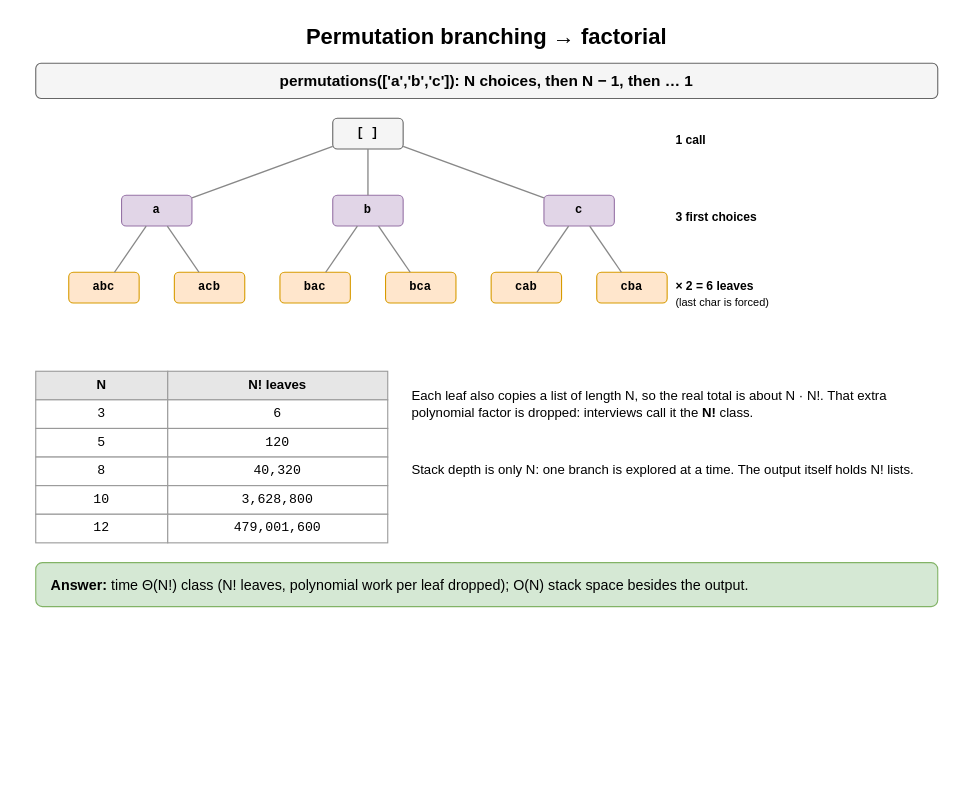
Before: page "Permutation branching" (14 of 16) of content/07_Data_Structures_and_Algorithms/01_Algorithmic_Complexity/diagrams/algorithmic-complexity-drills.drawio in amendez13/swe-study-guide, a draw.io diagram. Source tidied: cells renumbered, new cells numbered last; positions are measured from the earlier drawing's top-left corner, leaving out a move shared by most shapes. Both pictures are drawn from the tidied source at 110%, with x=0, y=0 at pixel (35, 19).
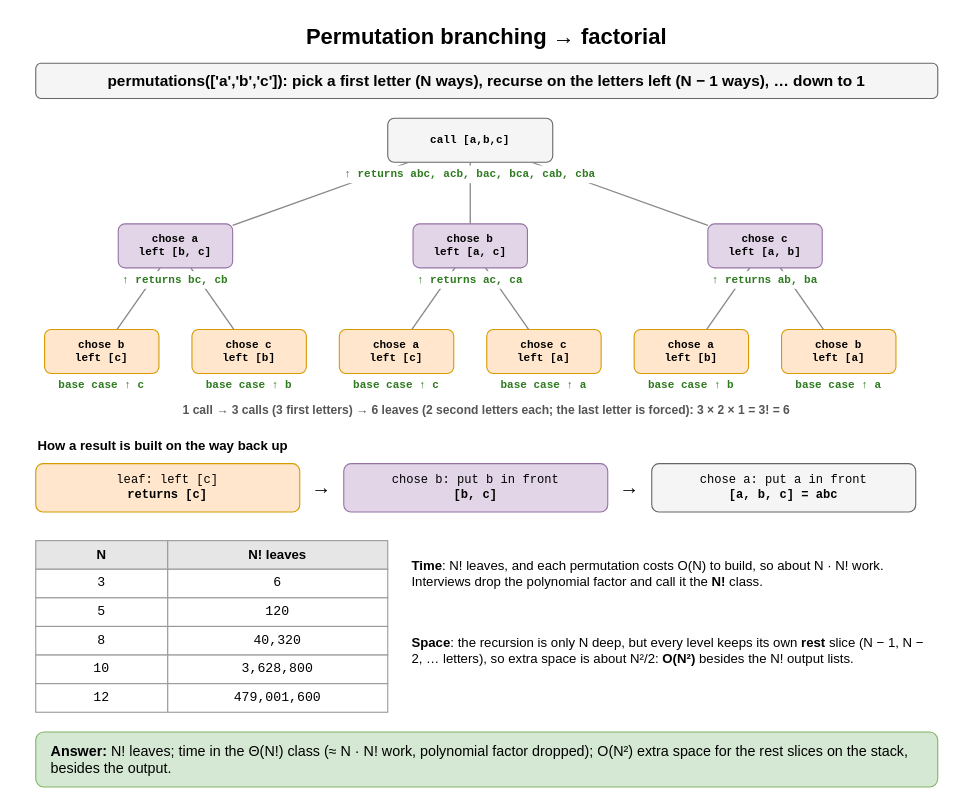
The same page after the edit.

Commit message (it also covers changes not shown here):
docs(dsa): clarify the permutation branching drill and its diagram

Rewrite the prompt in plain terms, label each call with the letter chosen and
the letters left, show what each call returns, and correct the space bound to
O(N^2) for the rest slices kept on the stack.

Change to the diagram source:
```diff
@@
-    <mxCell id="3" value="permutations(['a','b','c']): N choices, then N − 1, then … 1" style="rounded=1;whiteSpace=wrap;html=1;fillColor=#f5f5f5;strokeColor=#666666;fontStyle=1;fontSize=14;" parent="1" vertex="1">
+    <mxCell id="3" value="permutations(['a','b','c']): pick a first letter (N ways), recurse on the letters left (N − 1 ways), … down to 1" style="rounded=1;whiteSpace=wrap;html=1;fillColor=#f5f5f5;strokeColor=#666666;fontStyle=1;fontSize=14;" parent="1" vertex="1">
       <mxGeometry y="40" width="820" height="32" as="geometry" />
     </mxCell>
-    <mxCell id="4" value="[ ]" style="rounded=1;whiteSpace=wrap;html=1;fontFamily=Courier New;fontSize=11;fontStyle=1;fillColor=#f5f5f5;strokeColor=#666666;" parent="1" vertex="1">
-      <mxGeometry x="270" y="90" width="64" height="28" as="geometry" />
+    <mxCell id="4" value="call [a,b,c]" style="rounded=1;whiteSpace=wrap;html=1;fontFamily=Courier New;fontSize=11;fontStyle=1;fillColor=#f5f5f5;strokeColor=#666666;fontSize=10;" parent="1" vertex="1">
+      <mxGeometry x="320" y="90" width="150" height="40" as="geometry" />
     </mxCell>
-    <mxCell id="5" value="a" style="rounded=1;whiteSpace=wrap;html=1;fontFamily=Courier New;fontSize=11;fontStyle=1;fillColor=#e1d5e7;strokeColor=#9673a6;" parent="1" vertex="1">
-      <mxGeometry x="78" y="160" width="64" height="28" as="geometry" />
+    <mxCell id="5" value="chose a&lt;br&gt;left [b, c]" style="rounded=1;whiteSpace=wrap;html=1;fontFamily=Courier New;fontSize=11;fontStyle=1;fillColor=#e1d5e7;strokeColor=#9673a6;fontSize=10;" parent="1" vertex="1">
+      <mxGeometry x="75" y="186" width="104" height="40" as="geometry" />
     </mxCell>
-    <mxCell id="6" value="abc" style="rounded=1;whiteSpace=wrap;html=1;fontFamily=Courier New;fontSize=11;fontStyle=1;fillColor=#ffe6cc;strokeColor=#d79b00;" parent="1" vertex="1">
-      <mxGeometry x="30" y="230" width="64" height="28" as="geometry" />
+    <mxCell id="6" value="chose b&lt;br&gt;left [c]" style="rounded=1;whiteSpace=wrap;html=1;fontFamily=Courier New;fontSize=11;fontStyle=1;fillColor=#ffe6cc;strokeColor=#d79b00;fontSize=10;" parent="1" vertex="1">
+      <mxGeometry x="8" y="282" width="104" height="40" as="geometry" />
     </mxCell>
-    <mxCell id="7" value="acb" style="rounded=1;whiteSpace=wrap;html=1;fontFamily=Courier New;fontSize=11;fontStyle=1;fillColor=#ffe6cc;strokeColor=#d79b00;" parent="1" vertex="1">
-      <mxGeometry x="126" y="230" width="64" height="28" as="geometry" />
+    <mxCell id="7" value="chose c&lt;br&gt;left [b]" style="rounded=1;whiteSpace=wrap;html=1;fontFamily=Courier New;fontSize=11;fontStyle=1;fillColor=#ffe6cc;strokeColor=#d79b00;fontSize=10;" parent="1" vertex="1">
+      <mxGeometry x="142" y="282" width="104" height="40" as="geometry" />
     </mxCell>
-    <mxCell id="8" value="b" style="rounded=1;whiteSpace=wrap;html=1;fontFamily=Courier New;fontSize=11;fontStyle=1;fillColor=#e1d5e7;strokeColor=#9673a6;" parent="1" vertex="1">
-      <mxGeometry x="270" y="160" width="64" height="28" as="geometry" />
+    <mxCell id="8" value="chose b&lt;br&gt;left [a, c]" style="rounded=1;whiteSpace=wrap;html=1;fontFamily=Courier New;fontSize=11;fontStyle=1;fillColor=#e1d5e7;strokeColor=#9673a6;fontSize=10;" parent="1" vertex="1">
+      <mxGeometry x="343" y="186" width="104" height="40" as="geometry" />
     </mxCell>
-    <mxCell id="9" value="bac" style="rounded=1;whiteSpace=wrap;html=1;fontFamily=Courier New;fontSize=11;fontStyle=1;fillColor=#ffe6cc;strokeColor=#d79b00;" parent="1" vertex="1">
-      <mxGeometry x="222" y="230" width="64" height="28" as="geometry" />
+    <mxCell id="9" value="chose a&lt;br&gt;left [c]" style="rounded=1;whiteSpace=wrap;html=1;fontFamily=Courier New;fontSize=11;fontStyle=1;fillColor=#ffe6cc;strokeColor=#d79b00;fontSize=10;" parent="1" vertex="1">
+      <mxGeometry x="276" y="282" width="104" height="40" as="geometry" />
     </mxCell>
-    <mxCell id="10" value="bca" style="rounded=1;whiteSpace=wrap;html=1;fontFamily=Courier New;fontSize=11;fontStyle=1;fillColor=#ffe6cc;strokeColor=#d79b00;" parent="1" vertex="1">
-      <mxGeometry x="318" y="230" width="64" height="28" as="geometry" />
+    <mxCell id="10" value="chose c&lt;br&gt;left [a]" style="rounded=1;whiteSpace=wrap;html=1;fontFamily=Courier New;fontSize=11;fontStyle=1;fillColor=#ffe6cc;strokeColor=#d79b00;fontSize=10;" parent="1" vertex="1">
+      <mxGeometry x="410" y="282" width="104" height="40" as="geometry" />
     </mxCell>
-    <mxCell id="11" value="c" style="rounded=1;whiteSpace=wrap;html=1;fontFamily=Courier New;fontSize=11;fontStyle=1;fillColor=#e1d5e7;strokeColor=#9673a6;" parent="1" vertex="1">
-      <mxGeometry x="462" y="160" width="64" height="28" as="geometry" />
+    <mxCell id="11" value="chose c&lt;br&gt;left [a, b]" style="rounded=1;whiteSpace=wrap;html=1;fontFamily=Courier New;fontSize=11;fontStyle=1;fillColor=#e1d5e7;strokeColor=#9673a6;fontSize=10;" parent="1" vertex="1">
+      <mxGeometry x="611" y="186" width="104" height="40" as="geometry" />
     </mxCell>
-    <mxCell id="12" value="cab" style="rounded=1;whiteSpace=wrap;html=1;fontFamily=Courier New;fontSize=11;fontStyle=1;fillColor=#ffe6cc;strokeColor=#d79b00;" parent="1" vertex="1">
-      <mxGeometry x="414" y="230" width="64" height="28" as="geometry" />
+    <mxCell id="12" value="chose a&lt;br&gt;left [b]" style="rounded=1;whiteSpace=wrap;html=1;fontFamily=Courier New;fontSize=11;fontStyle=1;fillColor=#ffe6cc;strokeColor=#d79b00;fontSize=10;" parent="1" vertex="1">
+      <mxGeometry x="544" y="282" width="104" height="40" as="geometry" />
     </mxCell>
-    <mxCell id="13" value="cba" style="rounded=1;whiteSpace=wrap;html=1;fontFamily=Courier New;fontSize=11;fontStyle=1;fillColor=#ffe6cc;strokeColor=#d79b00;" parent="1" vertex="1">
-      <mxGeometry x="510" y="230" width="64" height="28" as="geometry" />
+    <mxCell id="13" value="chose b&lt;br&gt;left [a]" style="rounded=1;whiteSpace=wrap;html=1;fontFamily=Courier New;fontSize=11;fontStyle=1;fillColor=#ffe6cc;strokeColor=#d79b00;fontSize=10;" parent="1" vertex="1">
+      <mxGeometry x="678" y="282" width="104" height="40" as="geometry" />
     </mxCell>
@@
-    <mxCell id="23" value="1 call" style="text;html=1;align=center;verticalAlign=middle;whiteSpace=wrap;fontSize=11;fontStyle=1;align=left;" parent="1" vertex="1">
-      <mxGeometry x="580" y="90" width="180" height="40" as="geometry" />
+    <mxCell id="23" value="↑ returns abc, acb, bac, bca, cab, cba" style="text;html=1;align=center;verticalAlign=middle;whiteSpace=wrap;fontSize=10;fontColor=#2d7a1f;fontStyle=1;fillColor=#ffffff;fontFamily=Courier New;" parent="1" vertex="1">
+      <mxGeometry x="230" y="133" width="330" height="16" as="geometry" />
     </mxCell>
-    <mxCell id="24" value="3 first choices" style="text;html=1;align=center;verticalAlign=middle;whiteSpace=wrap;fontSize=11;fontStyle=1;align=left;" parent="1" vertex="1">
-      <mxGeometry x="580" y="160" width="180" height="40" as="geometry" />
+    <mxCell id="24" value="↑ returns bc, cb" style="text;html=1;align=center;verticalAlign=middle;whiteSpace=wrap;fontSize=10;fontColor=#2d7a1f;fontStyle=1;fillColor=#ffffff;fontFamily=Courier New;" parent="1" vertex="1">
+      <mxGeometry x="52" y="229" width="150" height="16" as="geometry" />
     </mxCell>
-    <mxCell id="25" value="× 2 = 6 leaves&lt;br&gt;&lt;span style='font-size:10px;font-weight:normal'&gt;(last char is forced)&lt;/span&gt;" style="text;html=1;align=center;verticalAlign=middle;whiteSpace=wrap;fontSize=11;fontStyle=1;align=left;" parent="1" vertex="1">
-      <mxGeometry x="580" y="230" width="180" height="40" as="geometry" />
+    <mxCell id="25" value="base case ↑ c" style="text;html=1;align=center;verticalAlign=middle;whiteSpace=wrap;fontSize=10;fontColor=#2d7a1f;fontStyle=1;fillColor=#ffffff;fontFamily=Courier New;" parent="1" vertex="1">
+      <mxGeometry x="-15" y="325" width="150" height="16" as="geometry" />
     </mxCell>
-    <mxCell id="26" value="N" style="whiteSpace=wrap;html=1;fillColor=#e6e6e6;strokeColor=#999999;fontStyle=1;fontSize=12;" parent="1" vertex="1">
-      <mxGeometry y="320" width="120" height="26" as="geometry" />
+    <mxCell id="26" value="base case ↑ b" style="text;html=1;align=center;verticalAlign=middle;whiteSpace=wrap;fontSize=10;fontColor=#2d7a1f;fontStyle=1;fillColor=#ffffff;fontFamily=Courier New;" parent="1" vertex="1">
+      <mxGeometry x="119" y="325" width="150" height="16" as="geometry" />
     </mxCell>
-    <mxCell id="27" value="N! leaves" style="whiteSpace=wrap;html=1;fillColor=#e6e6e6;strokeColor=#999999;fontStyle=1;fontSize=12;" parent="1" vertex="1">
-      <mxGeometry x="120" y="320" width="200" height="26" as="geometry" />
+    <mxCell id="27" value="↑ returns ac, ca" style="text;html=1;align=center;verticalAlign=middle;whiteSpace=wrap;fontSize=10;fontColor=#2d7a1f;fontStyle=1;fillColor=#ffffff;fontFamily=Courier New;" parent="1" vertex="1">
+      <mxGeometry x="320" y="229" width="150" height="16" as="geometry" />
     </mxCell>
-    <mxCell id="28" value="3" style="whiteSpace=wrap;html=1;strokeColor=#999999;fontSize=12;fillColor=#ffffff;fontFamily=Courier New;" parent="1" vertex="1">
-      <mxGeometry y="346" width="120" height="26" as="geometry" />
+    <mxCell id="28" value="base case ↑ c" style="text;html=1;align=center;verticalAlign=middle;whiteSpace=wrap;fontSize=10;fontColor=#2d7a1f;fontStyle=1;fillColor=#ffffff;fontFamily=Courier New;" parent="1" vertex="1">
+      <mxGeometry x="253" y="325" width="150" height="16" as="geometry" />
     </mxCell>
-    <mxCell id="29" value="6" style="whiteSpace=wrap;html=1;strokeColor=#999999;fontSize=12;fillColor=#ffffff;fontFamily=Courier New;" parent="1" vertex="1">
-      <mxGeometry x="120" y="346" width="200" height="26" as="geometry" />
+    <mxCell id="29" value="base case ↑ a" style="text;html=1;align=center;verticalAlign=middle;whiteSpace=wrap;fontSize=10;fontColor=#2d7a1f;fontStyle=1;fillColor=#ffffff;fontFamily=Courier New;" parent="1" vertex="1">
+      <mxGeometry x="387" y="325" width="150" height="16" as="geometry" />
     </mxCell>
-    <mxCell id="30" value="5" style="whiteSpace=wrap;html=1;strokeColor=#999999;fontSize=12;fillColor=#ffffff;fontFamily=Courier New;" parent="1" vertex="1">
-      <mxGeometry y="372" width="120" height="26" as="geometry" />
+    <mxCell id="30" value="↑ returns ab, ba" style="text;html=1;align=center;verticalAlign=middle;whiteSpace=wrap;fontSize=10;fontColor=#2d7a1f;fontStyle=1;fillColor=#ffffff;fontFamily=Courier New;" parent="1" vertex="1">
+      <mxGeometry x="588" y="229" width="150" height="16" as="geometry" />
     </mxCell>
-    <mxCell id="31" value="120" style="whiteSpace=wrap;html=1;strokeColor=#999999;fontSize=12;fillColor=#ffffff;fontFamily=Courier New;" parent="1" vertex="1">
-      <mxGeometry x="120" y="372" width="200" height="26" as="geometry" />
+    <mxCell id="31" value="base case ↑ b" style="text;html=1;align=center;verticalAlign=middle;whiteSpace=wrap;fontSize=10;fontColor=#2d7a1f;fontStyle=1;fillColor=#ffffff;fontFamily=Courier New;" parent="1" vertex="1">
+      <mxGeometry x="521" y="325" width="150" height="16" as="geometry" />
     </mxCell>
-    <mxCell id="32" value="8" style="whiteSpace=wrap;html=1;strokeColor=#999999;fontSize=12;fillColor=#ffffff;fontFamily=Courier New;" parent="1" vertex="1">
-      <mxGeometry y="398" width="120" height="26" as="geometry" />
+    <mxCell id="32" value="base case ↑ a" style="text;html=1;align=center;verticalAlign=middle;whiteSpace=wrap;fontSize=10;fontColor=#2d7a1f;fontStyle=1;fillColor=#ffffff;fontFamily=Courier New;" parent="1" vertex="1">
+      <mxGeometry x="655" y="325" width="150" height="16" as="geometry" />
     </mxCell>
-    <mxCell id="33" value="40,320" style="whiteSpace=wrap;html=1;strokeColor=#999999;fontSize=12;fillColor=#ffffff;fontFamily=Courier New;" parent="1" vertex="1">
-      <mxGeometry x="120" y="398" width="200" height="26" as="geometry" />
+    <mxCell id="33" value="1 call → 3 calls (3 first letters) → 6 leaves (2 second letters each; the last letter is forced): 3 × 2 × 1 = 3! = 6" style="text;html=1;align=center;verticalAlign=middle;whiteSpace=wrap;fontSize=11;fontStyle=1;fontColor=#555555;" parent="1" vertex="1">
+      <mxGeometry y="346" width="820" height="18" as="geometry" />
     </mxCell>
-    <mxCell id="34" value="10" style="whiteSpace=wrap;html=1;strokeColor=#999999;fontSize=12;fillColor=#ffffff;fontFamily=Courier New;" parent="1" vertex="1">
-      <mxGeometry y="424" width="120" height="26" as="geometry" />
+    <mxCell id="34" value="&lt;b&gt;How a result is built on the way back up&lt;/b&gt;" style="text;html=1;align=center;verticalAlign=middle;whiteSpace=wrap;fontSize=12;align=left;" parent="1" vertex="1">
+      <mxGeometry y="378" width="820" height="20" as="geometry" />
     </mxCell>
-    <mxCell id="35" value="3,628,800" style="whiteSpace=wrap;html=1;strokeColor=#999999;fontSize=12;fillColor=#ffffff;fontFamily=Courier New;" parent="1" vertex="1">
-      <mxGeometry x="120" y="424" width="200" height="26" as="geometry" />
+    <mxCell id="35" value="leaf: left [c]&lt;br&gt;&lt;b&gt;returns [c]&lt;/b&gt;" style="rounded=1;whiteSpace=wrap;html=1;fontFamily=Courier New;fontSize=11;fontStyle=1;fontStyle=0;fontSize=11;fillColor=#ffe6cc;strokeColor=#d79b00;" parent="1" vertex="1">
+      <mxGeometry y="404" width="240" height="44" as="geometry" />
     </mxCell>
-    <mxCell id="36" value="12" style="whiteSpace=wrap;html=1;strokeColor=#999999;fontSize=12;fillColor=#ffffff;fontFamily=Courier New;" parent="1" vertex="1">
-      <mxGeometry y="450" width="120" height="26" as="geometry" />
+    <mxCell id="36" value="chose b: put b in front&lt;br&gt;&lt;b&gt;[b, c]&lt;/b&gt;" style="rounded=1;whiteSpace=wrap;html=1;fontFamily=Courier New;fontSize=11;fontStyle=1;fontStyle=0;fontSize=11;fillColor=#e1d5e7;strokeColor=#9673a6;" parent="1" vertex="1">
+      <mxGeometry x="280" y="404" width="240" height="44" as="geometry" />
     </mxCell>
-    <mxCell id="37" value="479,001,600" style="whiteSpace=wrap;html=1;strokeColor=#999999;fontSize=12;fillColor=#ffffff;fontFamily=Courier New;" parent="1" vertex="1">
-      <mxGeometry x="120" y="450" width="200" height="26" as="geometry" />
+    <mxCell id="37" value="→" style="text;html=1;align=center;verticalAlign=middle;whiteSpace=wrap;fontSize=18;" parent="1" vertex="1">
+      <mxGeometry x="240" y="404" width="40" height="44" as="geometry" />
     </mxCell>
-    <mxCell id="38" value="Each leaf also copies a list of length N, so the real total is about N · N!. That extra polynomial factor is dropped: interviews call it the &lt;b&gt;N!&lt;/b&gt; class." style="text;html=1;align=center;verticalAlign=middle;whiteSpace=wrap;fontSize=12;align=left;" parent="1" vertex="1">
-      <mxGeometry x="340" y="320" width="480" height="60" as="geometry" />
+    <mxCell id="38" value="chose a: put a in front&lt;br&gt;&lt;b&gt;[a, b, c] = abc&lt;/b&gt;" style="rounded=1;whiteSpace=wrap;html=1;fontFamily=Courier New;fontSize=11;fontStyle=1;fontStyle=0;fontSize=11;fillColor=#f5f5f5;strokeColor=#666666;" parent="1" vertex="1">
+      <mxGeometry x="560" y="404" width="240" height="44" as="geometry" />
     </mxCell>
-    <mxCell id="39" value="Stack depth is only N: one branch is explored at a time. The output itself holds N! lists." style="text;html=1;align=center;verticalAlign=middle;whiteSpace=wrap;fontSize=12;align=left;" parent="1" vertex="1">
-      <mxGeometry x="340" y="390" width="480" height="40" as="geometry" />
+    <mxCell id="39" value="→" style="text;html=1;align=center;verticalAlign=middle;whiteSpace=wrap;fontSize=18;" parent="1" vertex="1">
+      <mxGeometry x="520" y="404" width="40" height="44" as="geometry" />
     </mxCell>
-    <mxCell id="40" value="&lt;b&gt;Answer:&lt;/b&gt; time Θ(N!) class (N! leaves, polynomial work per leaf dropped); O(N) stack space besides the output." style="rounded=1;whiteSpace=wrap;html=1;fillColor=#d5e8d4;strokeColor=#82b366;fontSize=13;align=left;spacingLeft=12;" parent="1" vertex="1">
-      <mxGeometry y="494" width="820" height="40" as="geometry" />
+    <mxCell id="40" value="N" style="whiteSpace=wrap;html=1;fillColor=#e6e6e6;strokeColor=#999999;fontStyle=1;fontSize=12;" parent="1" vertex="1">
+      <mxGeometry y="474" width="120" height="26" as="geometry" />
     </mxCell>
+    <mxCell id="41" value="N! leaves" style="whiteSpace=wrap;html=1;fillColor=#e6e6e6;strokeColor=#999999;fontStyle=1;fontSize=12;" parent="1" vertex="1">
+      <mxGeometry x="120" y="474" width="200" height="26" as="geometry" />
+    </mxCell>
+    <mxCell id="42" value="3" style="whiteSpace=wrap;html=1;strokeColor=#999999;fontSize=12;fillColor=#ffffff;fontFamily=Courier New;" parent="1" vertex="1">
+      <mxGeometry y="500" width="120" height="26" as="geometry" />
+    </mxCell>
+    <mxCell id="43" value="6" style="whiteSpace=wrap;html=1;strokeColor=#999999;fontSize=12;fillColor=#ffffff;fontFamily=Courier New;" parent="1" vertex="1">
+      <mxGeometry x="120" y="500" width="200" height="26" as="geometry" />
+    </mxCell>
+    <mxCell id="44" value="5" style="whiteSpace=wrap;html=1;strokeColor=#999999;fontSize=12;fillColor=#ffffff;fontFamily=Courier New;" parent="1" vertex="1">
+      <mxGeometry y="526" width="120" height="26" as="geometry" />
+    </mxCell>
+    <mxCell id="45" value="120" style="whiteSpace=wrap;html=1;strokeColor=#999999;fontSize=12;fillColor=#ffffff;fontFamily=Courier New;" parent="1" vertex="1">
+      <mxGeometry x="120" y="526" width="200" height="26" as="geometry" />
+    </mxCell>
+    <mxCell id="46" value="8" style="whiteSpace=wrap;html=1;strokeColor=#999999;fontSize=12;fillColor=#ffffff;fontFamily=Courier New;" parent="1" vertex="1">
+      <mxGeometry y="552" width="120" height="26" as="geometry" />
+    </mxCell>
+    <mxCell id="47" value="40,320" style="whiteSpace=wrap;html=1;strokeColor=#999999;fontSize=12;fillColor=#ffffff;fontFamily=Courier New;" parent="1" vertex="1">
+      <mxGeometry x="120" y="552" width="200" height="26" as="geometry" />
+    </mxCell>
+    <mxCell id="48" value="10" style="whiteSpace=wrap;html=1;strokeColor=#999999;fontSize=12;fillColor=#ffffff;fontFamily=Courier New;" parent="1" vertex="1">
+      <mxGeometry y="578" width="120" height="26" as="geometry" />
+    </mxCell>
+    <mxCell id="49" value="3,628,800" style="whiteSpace=wrap;html=1;strokeColor=#999999;fontSize=12;fillColor=#ffffff;fontFamily=Courier New;" parent="1" vertex="1">
+      <mxGeometry x="120" y="578" width="200" height="26" as="geometry" />
+    </mxCell>
+    <mxCell id="50" value="12" style="whiteSpace=wrap;html=1;strokeColor=#999999;fontSize=12;fillColor=#ffffff;fontFamily=Courier New;" parent="1" vertex="1">
+      <mxGeometry y="604" width="120" height="26" as="geometry" />
+    </mxCell>
+    <mxCell id="51" value="479,001,600" style="whiteSpace=wrap;html=1;strokeColor=#999999;fontSize=12;fillColor=#ffffff;fontFamily=Courier New;" parent="1" vertex="1">
+      <mxGeometry x="120" y="604" width="200" height="26" as="geometry" />
+    </mxCell>
+    <mxCell id="52" value="&lt;b&gt;Time&lt;/b&gt;: N! leaves, and each permutation costs O(N) to build, so about N · N! work. Interviews drop the polynomial factor and call it the &lt;b&gt;N!&lt;/b&gt; class." style="text;html=1;align=center;verticalAlign=middle;whiteSpace=wrap;fontSize=12;align=left;" parent="1" vertex="1">
+      <mxGeometry x="340" y="474" width="480" height="60" as="geometry" />
+    </mxCell>
+    <mxCell id="53" value="&lt;b&gt;Space&lt;/b&gt;: the recursion is only N deep, but every level keeps its own &lt;b&gt;rest&lt;/b&gt; slice (N − 1, N − 2, … letters), so extra space is about N²/2: &lt;b&gt;O(N²)&lt;/b&gt; besides the N! output lists." style="text;html=1;align=center;verticalAlign=middle;whiteSpace=wrap;fontSize=12;align=left;" parent="1" vertex="1">
+      <mxGeometry x="340" y="544" width="480" height="60" as="geometry" />
+    </mxCell>
+    <mxCell id="54" value="&lt;b&gt;Answer:&lt;/b&gt; N! leaves; time in the Θ(N!) class (≈ N · N! work, polynomial factor dropped); O(N²) extra space for the rest slices on the stack, besides the output." style="rounded=1;whiteSpace=wrap;html=1;fillColor=#d5e8d4;strokeColor=#82b366;fontSize=13;align=left;spacingLeft=12;" parent="1" vertex="1">
+      <mxGeometry y="648" width="820" height="50" as="geometry" />
+    </mxCell>
```
